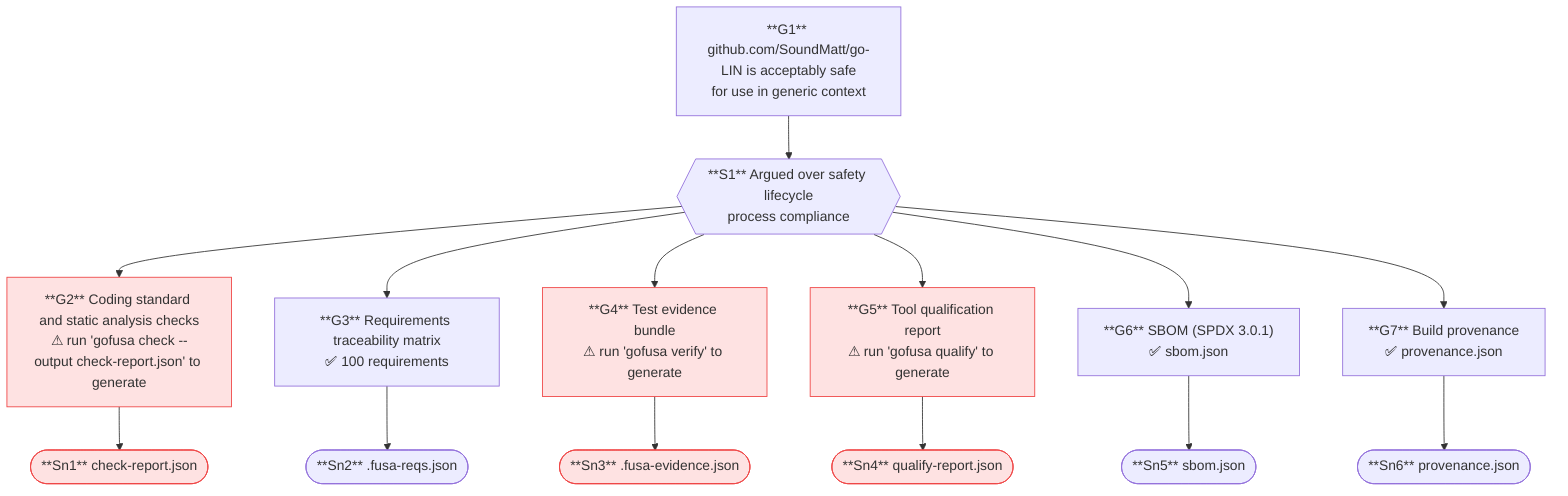
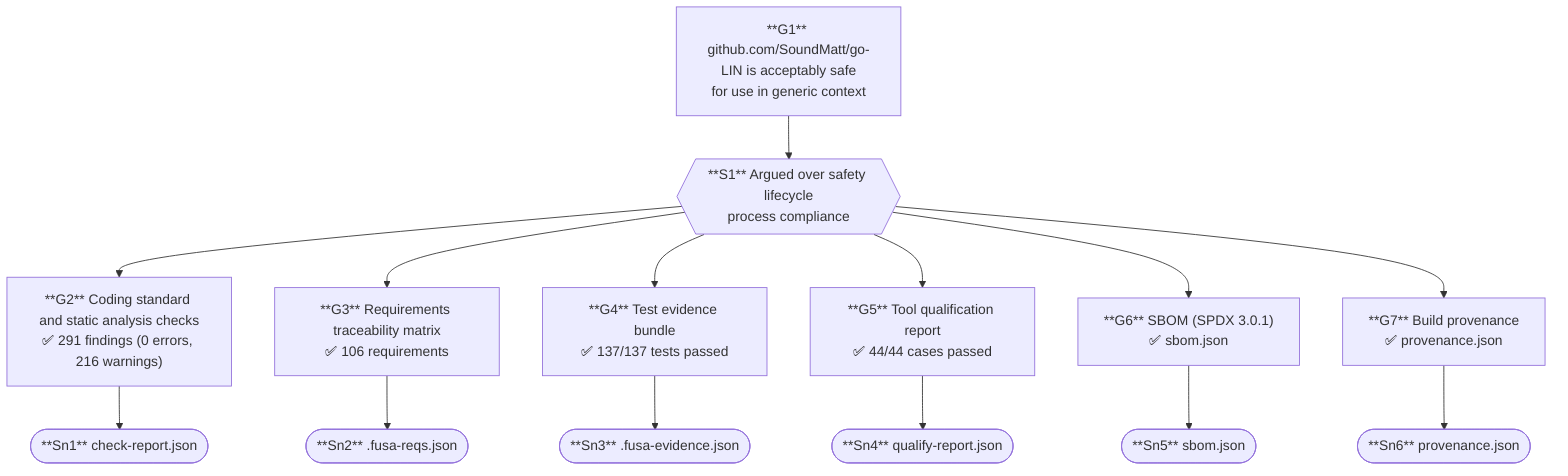
flowchart TD
    G1["**G1** github.com/SoundMatt/go-LIN is acceptably safe\nfor use in generic context"]
    S1{{"**S1** Argued over safety lifecycle\nprocess compliance"}}
-     G2["**G2** Coding standard and static analysis checks\n⚠ run 'gofusa check --output check-report.json' to generate"]
+     G2["**G2** Coding standard and static analysis checks\n✅ 291 findings (0 errors, 216 warnings)"]
    Sn1(["**Sn1** check-report.json"])
-     G3["**G3** Requirements traceability matrix\n✅ 100 requirements"]
+     G3["**G3** Requirements traceability matrix\n✅ 106 requirements"]
    Sn2(["**Sn2** .fusa-reqs.json"])
-     G4["**G4** Test evidence bundle\n⚠ run 'gofusa verify' to generate"]
+     G4["**G4** Test evidence bundle\n✅ 137/137 tests passed"]
    Sn3(["**Sn3** .fusa-evidence.json"])
-     G5["**G5** Tool qualification report\n⚠ run 'gofusa qualify' to generate"]
+     G5["**G5** Tool qualification report\n✅ 44/44 cases passed"]
    Sn4(["**Sn4** qualify-report.json"])
    G6["**G6** SBOM (SPDX 3.0.1)\n✅ sbom.json"]
    Sn5(["**Sn5** sbom.json"])
    G7["**G7** Build provenance\n✅ provenance.json"]
    Sn6(["**Sn6** provenance.json"])
    G1 --> S1
    S1 --> G2
    S1 --> G3
    S1 --> G4
    S1 --> G5
    S1 --> G6
    S1 --> G7
    G2 --> Sn1
    G3 --> Sn2
    G4 --> Sn3
    G5 --> Sn4
    G6 --> Sn5
    G7 --> Sn6
-     style G2 fill:#fee2e2,stroke:#ef4444
-     style Sn1 fill:#fee2e2,stroke:#ef4444
-     style G4 fill:#fee2e2,stroke:#ef4444
-     style Sn3 fill:#fee2e2,stroke:#ef4444
-     style G5 fill:#fee2e2,stroke:#ef4444
-     style Sn4 fill:#fee2e2,stroke:#ef4444
